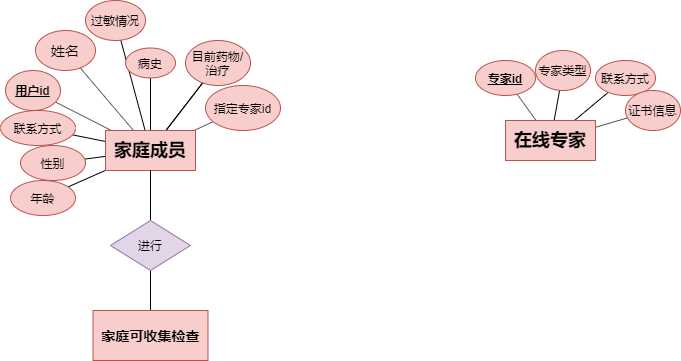
Before: Untitled Diagram.png, a diagram exported from draw.io (little-minjie/z). Source tidied: cells renumbered, new cells last; positions are measured from the earlier drawing's top-left corner, leaving out a move shared by most shapes.
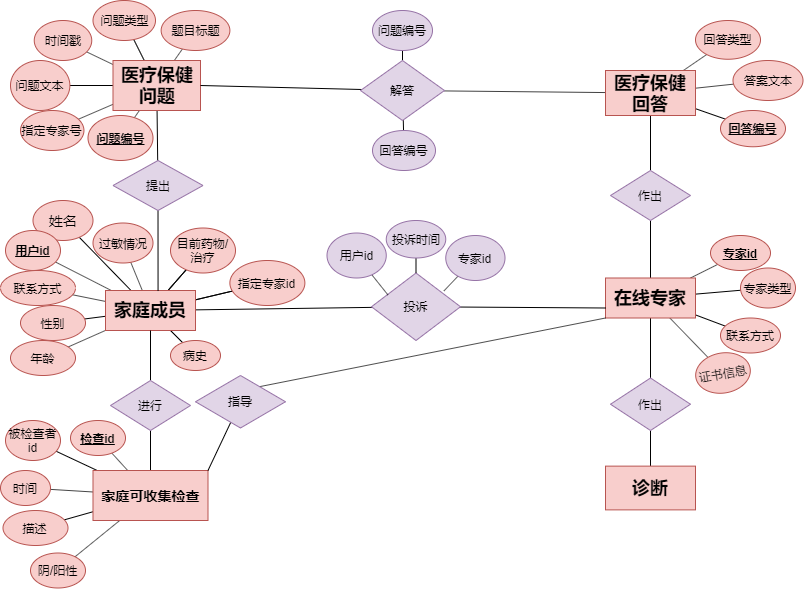
The same diagram one commit later.

The edit, as a diff of the source:
```diff
@@ -32,29 +32,35 @@
     <mxCell id="11" style="edgeStyle=none;jettySize=auto;html=1;endArrow=none;endFill=0;strokeColor=#000000;" parent="1" edge="1" source="12" target="26">
       <mxGeometry relative="1" as="geometry" />
     </mxCell>
+    <mxCell id="35" style="edgeStyle=none;rounded=0;jettySize=auto;html=1;startArrow=none;startFill=0;endArrow=none;endFill=0;strokeColor=#000000;" parent="1" edge="1" source="12" target="18">
+      <mxGeometry relative="1" as="geometry" />
+    </mxCell>
+    <mxCell id="36" style="edgeStyle=none;rounded=0;jettySize=auto;html=1;startArrow=none;startFill=0;endArrow=none;endFill=0;strokeColor=#000000;" parent="1" edge="1" source="12" target="87">
+      <mxGeometry relative="1" as="geometry" />
+    </mxCell>
     <mxCell id="12" value="&lt;h2&gt;家庭成员&lt;/h2&gt;" style="whiteSpace=wrap;html=1;align=center;fillColor=#f8cecc;strokeColor=#b85450;" parent="1" vertex="1">
-      <mxGeometry x="105" y="130" width="90" height="40" as="geometry" />
+      <mxGeometry x="100" y="310" width="90" height="40" as="geometry" />
     </mxCell>
     <mxCell id="13" value="&lt;h3&gt;&lt;span style=&quot;font-weight: normal&quot;&gt;姓名&lt;/span&gt;&lt;/h3&gt;" style="ellipse;whiteSpace=wrap;html=1;strokeColor=#b85450;fillColor=#f8cecc;" parent="1" vertex="1">
-      <mxGeometry x="35" y="30" width="60" height="40" as="geometry" />
+      <mxGeometry x="27.5" y="220" width="60" height="40" as="geometry" />
     </mxCell>
     <mxCell id="14" value="&lt;u&gt;&lt;b&gt;用户id&lt;/b&gt;&lt;/u&gt;" style="ellipse;whiteSpace=wrap;html=1;strokeColor=#b85450;fillColor=#f8cecc;" parent="1" vertex="1">
-      <mxGeometry x="5" y="70" width="55" height="40" as="geometry" />
+      <mxGeometry y="250" width="55" height="40" as="geometry" />
     </mxCell>
     <mxCell id="15" value="过敏情况" style="ellipse;whiteSpace=wrap;html=1;strokeColor=#b85450;fillColor=#f8cecc;" parent="1" vertex="1">
-      <mxGeometry x="85" width="60" height="40" as="geometry" />
+      <mxGeometry x="87.5" y="242.5" width="60" height="40" as="geometry" />
     </mxCell>
     <mxCell id="16" value="&lt;p&gt;&lt;font style=&quot;font-size: 11.4286px&quot;&gt;病史&lt;/font&gt;&lt;/p&gt;" style="ellipse;whiteSpace=wrap;html=1;strokeColor=#b85450;fillColor=#f8cecc;" parent="1" vertex="1">
-      <mxGeometry x="125" y="47.5" width="50" height="30" as="geometry" />
+      <mxGeometry x="165" y="360" width="50" height="30" as="geometry" />
     </mxCell>
     <mxCell id="17" value="目前药物/治疗" style="ellipse;whiteSpace=wrap;html=1;strokeColor=#b85450;fillColor=#f8cecc;" parent="1" vertex="1">
-      <mxGeometry x="185" y="40" width="65" height="45" as="geometry" />
+      <mxGeometry x="165" y="247.5" width="65" height="45" as="geometry" />
     </mxCell>
     <mxCell id="18" value="指定专家id" style="ellipse;whiteSpace=wrap;html=1;strokeColor=#b85450;fillColor=#f8cecc;" parent="1" vertex="1">
-      <mxGeometry x="205" y="85" width="75" height="45" as="geometry" />
+      <mxGeometry x="224.4" y="280" width="75" height="45" as="geometry" />
     </mxCell>
     <mxCell id="19" value="联系方式" style="ellipse;whiteSpace=wrap;html=1;strokeColor=#b85450;fillColor=#f8cecc;" parent="1" vertex="1">
-      <mxGeometry y="110" width="75" height="35" as="geometry" />
+      <mxGeometry x="-5" y="290" width="75" height="35" as="geometry" />
     </mxCell>
     <mxCell id="20" style="rounded=0;jettySize=auto;html=1;endArrow=none;endFill=0;strokeColor=#000000;" parent="1" edge="1" source="24" target="27">
       <mxGeometry relative="1" as="geometry" />
@@ -68,26 +74,32 @@
     <mxCell id="23" style="edgeStyle=none;rounded=0;jettySize=auto;html=1;endArrow=none;endFill=0;strokeColor=#000000;" parent="1" edge="1" source="24" target="30">
       <mxGeometry relative="1" as="geometry" />
     </mxCell>
+    <mxCell id="37" style="edgeStyle=none;rounded=0;jettySize=auto;html=1;startArrow=none;startFill=0;endArrow=none;endFill=0;strokeColor=#000000;" parent="1" edge="1" source="24" target="71">
+      <mxGeometry relative="1" as="geometry" />
+    </mxCell>
+    <mxCell id="38" style="edgeStyle=none;rounded=0;jettySize=auto;html=1;startArrow=none;startFill=0;endArrow=none;endFill=0;strokeColor=#000000;" parent="1" edge="1" source="24" target="95">
+      <mxGeometry relative="1" as="geometry" />
+    </mxCell>
     <mxCell id="24" value="&lt;h2&gt;&lt;b&gt;在线专家&lt;/b&gt;&lt;/h2&gt;" style="whiteSpace=wrap;html=1;align=center;fillColor=#f8cecc;strokeColor=#b85450;" parent="1" vertex="1">
-      <mxGeometry x="505" y="120" width="90" height="40" as="geometry" />
+      <mxGeometry x="600" y="297.5" width="90" height="40" as="geometry" />
     </mxCell>
     <mxCell id="25" value="性别" style="ellipse;whiteSpace=wrap;html=1;strokeColor=#b85450;fillColor=#f8cecc;" parent="1" vertex="1">
-      <mxGeometry x="20" y="145" width="65" height="35" as="geometry" />
+      <mxGeometry x="15" y="325" width="65" height="35" as="geometry" />
     </mxCell>
     <mxCell id="26" value="年龄" style="ellipse;whiteSpace=wrap;html=1;strokeColor=#b85450;fillColor=#f8cecc;" parent="1" vertex="1">
-      <mxGeometry x="10" y="180" width="65" height="35" as="geometry" />
+      <mxGeometry x="5" y="360" width="65" height="35" as="geometry" />
     </mxCell>
     <mxCell id="27" value="&lt;b&gt;&lt;u&gt;专家id&lt;/u&gt;&lt;/b&gt;" style="ellipse;whiteSpace=wrap;html=1;strokeColor=#b85450;fillColor=#f8cecc;" parent="1" vertex="1">
-      <mxGeometry x="475" y="60" width="60" height="35" as="geometry" />
+      <mxGeometry x="705" y="255" width="60" height="35" as="geometry" />
     </mxCell>
     <mxCell id="28" value="专家类型" style="ellipse;whiteSpace=wrap;html=1;strokeColor=#b85450;fillColor=#f8cecc;" parent="1" vertex="1">
-      <mxGeometry x="535" y="50" width="55" height="40" as="geometry" />
+      <mxGeometry x="735" y="287.5" width="55" height="40" as="geometry" />
     </mxCell>
     <mxCell id="29" value="联系方式" style="ellipse;whiteSpace=wrap;html=1;strokeColor=#b85450;fillColor=#f8cecc;" parent="1" vertex="1">
-      <mxGeometry x="595" y="60" width="60" height="35" as="geometry" />
+      <mxGeometry x="715" y="337.5" width="60" height="35" as="geometry" />
     </mxCell>
-    <mxCell id="30" value="证书信息" style="ellipse;whiteSpace=wrap;html=1;strokeColor=#b85450;fillColor=#f8cecc;" parent="1" vertex="1">
-      <mxGeometry x="625" y="90" width="55" height="40" as="geometry" />
+    <mxCell id="30" value="证书信息" style="ellipse;whiteSpace=wrap;html=1;strokeColor=#b85450;fillColor=#f8cecc;rotation=-10;" parent="1" vertex="1">
+      <mxGeometry x="690" y="372.5" width="55" height="40" as="geometry" />
     </mxCell>
     <mxCell id="31" style="edgeStyle=none;rounded=0;jettySize=auto;html=1;startArrow=none;startFill=0;endArrow=none;endFill=0;strokeColor=#000000;" parent="1" edge="1" source="33" target="12">
       <mxGeometry relative="1" as="geometry" />
@@ -96,10 +108,184 @@
       <mxGeometry relative="1" as="geometry" />
     </mxCell>
     <mxCell id="33" value="进行" style="shape=rhombus;perimeter=rhombusPerimeter;whiteSpace=wrap;html=1;align=center;fillColor=#e1d5e7;strokeColor=#9673a6;" parent="1" vertex="1">
-      <mxGeometry x="110" y="220" width="80" height="50" as="geometry" />
+      <mxGeometry x="105" y="400" width="80" height="50" as="geometry" />
     </mxCell>
+    <mxCell id="39" style="edgeStyle=none;rounded=0;jettySize=auto;html=1;startArrow=none;startFill=0;endArrow=none;endFill=0;strokeColor=#000000;" parent="1" edge="1" source="34" target="44">
+      <mxGeometry relative="1" as="geometry" />
+    </mxCell>
+    <mxCell id="40" style="edgeStyle=none;rounded=0;jettySize=auto;html=1;startArrow=none;startFill=0;endArrow=none;endFill=0;strokeColor=#000000;" parent="1" edge="1" source="34" target="45">
+      <mxGeometry relative="1" as="geometry" />
+    </mxCell>
+    <mxCell id="41" style="edgeStyle=none;rounded=0;jettySize=auto;html=1;startArrow=none;startFill=0;endArrow=none;endFill=0;strokeColor=#000000;" parent="1" edge="1" source="34" target="46">
+      <mxGeometry relative="1" as="geometry" />
+    </mxCell>
+    <mxCell id="42" style="edgeStyle=none;rounded=0;jettySize=auto;html=1;startArrow=none;startFill=0;endArrow=none;endFill=0;strokeColor=#000000;" parent="1" edge="1" source="34" target="47">
+      <mxGeometry relative="1" as="geometry" />
+    </mxCell>
+    <mxCell id="43" style="edgeStyle=none;rounded=0;jettySize=auto;html=1;startArrow=none;startFill=0;endArrow=none;endFill=0;strokeColor=#000000;" parent="1" edge="1" source="34" target="48">
+      <mxGeometry relative="1" as="geometry" />
+    </mxCell>
     <mxCell id="34" value="&lt;h3&gt;家庭可收集检查&lt;/h3&gt;" style="whiteSpace=wrap;html=1;strokeColor=#b85450;fillColor=#f8cecc;" parent="1" vertex="1">
-      <mxGeometry x="92.5" y="310" width="115" height="50" as="geometry" />
+      <mxGeometry x="87.5" y="490" width="115" height="50" as="geometry" />
     </mxCell>
+    <mxCell id="44" value="时间" style="ellipse;whiteSpace=wrap;html=1;strokeColor=#b85450;fillColor=#f8cecc;" parent="1" vertex="1">
+      <mxGeometry x="-5" y="490" width="50" height="35" as="geometry" />
+    </mxCell>
+    <mxCell id="45" value="描述" style="ellipse;whiteSpace=wrap;html=1;strokeColor=#b85450;fillColor=#f8cecc;" parent="1" vertex="1">
+      <mxGeometry x="-2.5" y="530" width="65" height="35" as="geometry" />
+    </mxCell>
+    <mxCell id="46" value="阴/阳性" style="ellipse;whiteSpace=wrap;html=1;strokeColor=#b85450;fillColor=#f8cecc;" parent="1" vertex="1">
+      <mxGeometry x="25" y="572.5" width="55" height="35" as="geometry" />
+    </mxCell>
+    <mxCell id="47" value="&lt;b&gt;&lt;u&gt;检查id&lt;/u&gt;&lt;/b&gt;" style="ellipse;whiteSpace=wrap;html=1;strokeColor=#b85450;fillColor=#f8cecc;" parent="1" vertex="1">
+      <mxGeometry x="65" y="440" width="55" height="35" as="geometry" />
+    </mxCell>
+    <mxCell id="48" value="被检查者id" style="ellipse;whiteSpace=wrap;html=1;strokeColor=#b85450;fillColor=#f8cecc;" parent="1" vertex="1">
+      <mxGeometry y="440" width="55" height="40" as="geometry" />
+    </mxCell>
+    <mxCell id="49" style="endArrow=none;html=1;strokeColor=#000000;entryX=0;entryY=1;entryDx=0;entryDy=0;exitX=0.711;exitY=0.213;exitDx=0;exitDy=0;exitPerimeter=0;" parent="1" edge="1" source="51" target="24">
+      <mxGeometry relative="1" as="geometry" />
+    </mxCell>
+    <mxCell id="50" style="edgeStyle=none;rounded=0;jettySize=auto;html=1;entryX=1;entryY=0;entryDx=0;entryDy=0;startArrow=none;startFill=0;endArrow=none;endFill=0;strokeColor=#000000;" parent="1" edge="1" source="51" target="34">
+      <mxGeometry relative="1" as="geometry" />
+    </mxCell>
+    <mxCell id="51" value="指导" style="shape=rhombus;perimeter=rhombusPerimeter;whiteSpace=wrap;html=1;align=center;fillColor=#e1d5e7;strokeColor=#9673a6;" parent="1" vertex="1">
+      <mxGeometry x="190" y="395" width="90" height="52.5" as="geometry" />
+    </mxCell>
+    <mxCell id="52" style="edgeStyle=none;rounded=0;jettySize=auto;html=1;startArrow=none;startFill=0;endArrow=none;endFill=0;strokeColor=#000000;entryX=0.584;entryY=0.013;entryDx=0;entryDy=0;entryPerimeter=0;" parent="1" edge="1" source="54" target="12">
+      <mxGeometry relative="1" as="geometry" />
+    </mxCell>
+    <mxCell id="53" style="edgeStyle=none;rounded=0;jettySize=auto;html=1;startArrow=none;startFill=0;endArrow=none;endFill=0;strokeColor=#000000;" parent="1" edge="1" source="54" target="63">
+      <mxGeometry relative="1" as="geometry" />
+    </mxCell>
+    <mxCell id="54" value="提出" style="shape=rhombus;perimeter=rhombusPerimeter;whiteSpace=wrap;html=1;align=center;fillColor=#e1d5e7;strokeColor=#9673a6;" parent="1" vertex="1">
+      <mxGeometry x="107.5" y="180" width="90" height="50" as="geometry" />
+    </mxCell>
+    <mxCell id="55" style="edgeStyle=none;rounded=0;orthogonalLoop=1;jettySize=auto;html=1;exitX=1;exitY=0;exitDx=0;exitDy=0;startArrow=none;startFill=0;endArrow=none;endFill=0;strokeColor=#000000;" parent="1" edge="1" source="13" target="13">
+      <mxGeometry relative="1" as="geometry" />
+    </mxCell>
+    <mxCell id="56" style="edgeStyle=none;rounded=0;jettySize=auto;html=1;startArrow=none;startFill=0;endArrow=none;endFill=0;strokeColor=#000000;" parent="1" edge="1" source="63" target="64">
+      <mxGeometry relative="1" as="geometry" />
+    </mxCell>
+    <mxCell id="57" style="edgeStyle=none;rounded=0;jettySize=auto;html=1;startArrow=none;startFill=0;endArrow=none;endFill=0;strokeColor=#000000;" parent="1" edge="1" source="63" target="65">
+      <mxGeometry relative="1" as="geometry" />
+    </mxCell>
+    <mxCell id="58" style="edgeStyle=none;rounded=0;jettySize=auto;html=1;startArrow=none;startFill=0;endArrow=none;endFill=0;strokeColor=#000000;" parent="1" edge="1" source="63" target="65">
+      <mxGeometry relative="1" as="geometry" />
+    </mxCell>
+    <mxCell id="59" style="edgeStyle=none;rounded=0;jettySize=auto;html=1;startArrow=none;startFill=0;endArrow=none;endFill=0;strokeColor=#000000;" parent="1" edge="1" source="63" target="66">
+      <mxGeometry relative="1" as="geometry" />
+    </mxCell>
+    <mxCell id="60" style="edgeStyle=none;rounded=0;jettySize=auto;html=1;startArrow=none;startFill=0;endArrow=none;endFill=0;strokeColor=#000000;" parent="1" edge="1" source="63" target="67">
+      <mxGeometry relative="1" as="geometry" />
+    </mxCell>
+    <mxCell id="61" style="edgeStyle=none;rounded=0;jettySize=auto;html=1;startArrow=none;startFill=0;endArrow=none;endFill=0;strokeColor=#000000;" parent="1" edge="1" source="63" target="68">
+      <mxGeometry relative="1" as="geometry" />
+    </mxCell>
+    <mxCell id="62" style="edgeStyle=none;rounded=0;jettySize=auto;html=1;startArrow=none;startFill=0;endArrow=none;endFill=0;strokeColor=#000000;" parent="1" edge="1" source="63" target="69">
+      <mxGeometry relative="1" as="geometry" />
+    </mxCell>
+    <mxCell id="63" value="&lt;h2&gt;医疗保健问题&lt;/h2&gt;" style="whiteSpace=wrap;html=1;strokeColor=#b85450;fillColor=#f8cecc;" parent="1" vertex="1">
+      <mxGeometry x="107.5" y="80" width="87.5" height="50" as="geometry" />
+    </mxCell>
+    <mxCell id="64" value="时间戳" style="ellipse;whiteSpace=wrap;html=1;strokeColor=#b85450;fillColor=#f8cecc;" parent="1" vertex="1">
+      <mxGeometry x="28.8" y="40" width="57.5" height="40" as="geometry" />
+    </mxCell>
+    <mxCell id="65" value="问题类型" style="ellipse;whiteSpace=wrap;html=1;strokeColor=#b85450;fillColor=#f8cecc;" parent="1" vertex="1">
+      <mxGeometry x="87.5" y="20" width="62.5" height="40" as="geometry" />
+    </mxCell>
+    <mxCell id="66" value="题目标题" style="ellipse;whiteSpace=wrap;html=1;strokeColor=#b85450;fillColor=#f8cecc;" parent="1" vertex="1">
+      <mxGeometry x="155.6" y="30" width="68.8" height="40" as="geometry" />
+    </mxCell>
+    <mxCell id="67" value="问题文本" style="ellipse;whiteSpace=wrap;html=1;strokeColor=#b85450;fillColor=#f8cecc;" parent="1" vertex="1">
+      <mxGeometry x="5" y="80" width="59.4" height="50" as="geometry" />
+    </mxCell>
+    <mxCell id="68" value="指定专家号" style="ellipse;whiteSpace=wrap;html=1;strokeColor=#b85450;fillColor=#f8cecc;" parent="1" vertex="1">
+      <mxGeometry x="15" y="130" width="63.4" height="40" as="geometry" />
+    </mxCell>
+    <mxCell id="69" value="&lt;u&gt;&lt;b&gt;问题编号&lt;/b&gt;&lt;/u&gt;" style="ellipse;whiteSpace=wrap;html=1;strokeColor=#b85450;fillColor=#f8cecc;" parent="1" vertex="1">
+      <mxGeometry x="82.5" y="135" width="65" height="45" as="geometry" />
+    </mxCell>
+    <mxCell id="70" style="edgeStyle=none;rounded=0;jettySize=auto;html=1;startArrow=none;startFill=0;endArrow=none;endFill=0;strokeColor=#000000;" parent="1" edge="1" source="71" target="76">
+      <mxGeometry relative="1" as="geometry" />
+    </mxCell>
+    <mxCell id="71" value="作出" style="rhombus;whiteSpace=wrap;html=1;strokeColor=#9673a6;fillColor=#e1d5e7;" parent="1" vertex="1">
+      <mxGeometry x="605" y="190" width="80" height="50" as="geometry" />
+    </mxCell>
+    <mxCell id="72" style="edgeStyle=none;rounded=0;jettySize=auto;html=1;startArrow=none;startFill=0;endArrow=none;endFill=0;strokeColor=#000000;" parent="1" edge="1" source="76" target="80">
+      <mxGeometry relative="1" as="geometry" />
+    </mxCell>
+    <mxCell id="73" style="edgeStyle=none;rounded=0;jettySize=auto;html=1;startArrow=none;startFill=0;endArrow=none;endFill=0;strokeColor=#000000;" parent="1" edge="1" source="76" target="81">
+      <mxGeometry relative="1" as="geometry" />
+    </mxCell>
+    <mxCell id="74" style="edgeStyle=none;rounded=0;jettySize=auto;html=1;startArrow=none;startFill=0;endArrow=none;endFill=0;strokeColor=#000000;" parent="1" edge="1" source="76" target="82">
+      <mxGeometry relative="1" as="geometry" />
+    </mxCell>
+    <mxCell id="75" style="edgeStyle=none;rounded=0;jettySize=auto;html=1;startArrow=none;startFill=0;endArrow=none;endFill=0;strokeColor=#000000;" parent="1" edge="1" source="76" target="83">
+      <mxGeometry relative="1" as="geometry" />
+    </mxCell>
+    <mxCell id="76" value="&lt;h2&gt;医疗保健回答&lt;/h2&gt;" style="whiteSpace=wrap;html=1;strokeColor=#b85450;fillColor=#f8cecc;" parent="1" vertex="1">
+      <mxGeometry x="600" y="90" width="90" height="45" as="geometry" />
+    </mxCell>
+    <mxCell id="77" style="edgeStyle=none;rounded=0;jettySize=auto;html=1;entryX=1;entryY=0.5;entryDx=0;entryDy=0;startArrow=none;startFill=0;endArrow=none;endFill=0;strokeColor=#000000;" parent="1" edge="1" source="80" target="63">
+      <mxGeometry relative="1" as="geometry" />
+    </mxCell>
+    <mxCell id="78" style="edgeStyle=none;rounded=0;jettySize=auto;html=1;startArrow=none;startFill=0;endArrow=none;endFill=0;strokeColor=#000000;" parent="1" edge="1" source="80" target="84">
+      <mxGeometry relative="1" as="geometry" />
+    </mxCell>
+    <mxCell id="79" style="edgeStyle=none;rounded=0;jettySize=auto;html=1;startArrow=none;startFill=0;endArrow=none;endFill=0;strokeColor=#000000;" parent="1" edge="1" source="80" target="85">
+      <mxGeometry relative="1" as="geometry" />
+    </mxCell>
+    <mxCell id="80" value="解答" style="rhombus;whiteSpace=wrap;html=1;strokeColor=#9673a6;fillColor=#e1d5e7;" parent="1" vertex="1">
+      <mxGeometry x="355" y="80" width="84" height="60" as="geometry" />
+    </mxCell>
+    <mxCell id="81" value="&lt;b&gt;&lt;u&gt;回答编号&lt;/u&gt;&lt;/b&gt;" style="ellipse;whiteSpace=wrap;html=1;strokeColor=#b85450;fillColor=#f8cecc;" parent="1" vertex="1">
+      <mxGeometry x="715" y="130" width="65" height="36.2" as="geometry" />
+    </mxCell>
+    <mxCell id="82" value="回答类型" style="ellipse;whiteSpace=wrap;html=1;strokeColor=#b85450;fillColor=#f8cecc;" parent="1" vertex="1">
+      <mxGeometry x="690" y="40" width="65" height="38.8" as="geometry" />
+    </mxCell>
+    <mxCell id="83" value="答案文本" style="ellipse;whiteSpace=wrap;html=1;strokeColor=#b85450;fillColor=#f8cecc;" parent="1" vertex="1">
+      <mxGeometry x="727.5" y="80" width="70" height="40" as="geometry" />
+    </mxCell>
+    <mxCell id="84" value="问题编号" style="ellipse;whiteSpace=wrap;html=1;strokeColor=#9673a6;fillColor=#e1d5e7;" parent="1" vertex="1">
+      <mxGeometry x="367" y="30" width="60" height="40" as="geometry" />
+    </mxCell>
+    <mxCell id="85" value="回答编号" style="ellipse;whiteSpace=wrap;html=1;strokeColor=#9673a6;fillColor=#e1d5e7;" parent="1" vertex="1">
+      <mxGeometry x="367" y="150" width="63" height="40" as="geometry" />
+    </mxCell>
+    <mxCell id="86" style="edgeStyle=none;rounded=0;jettySize=auto;html=1;entryX=0;entryY=0.75;entryDx=0;entryDy=0;startArrow=none;startFill=0;endArrow=none;endFill=0;strokeColor=#000000;" parent="1" edge="1" source="87" target="24">
+      <mxGeometry relative="1" as="geometry" />
+    </mxCell>
+    <mxCell id="87" value="投诉" style="rhombus;whiteSpace=wrap;html=1;strokeColor=#9673a6;fillColor=#e1d5e7;" parent="1" vertex="1">
+      <mxGeometry x="366" y="292.5" width="89" height="67.5" as="geometry" />
+    </mxCell>
+    <mxCell id="88" style="edgeStyle=none;rounded=0;jettySize=auto;html=1;startArrow=none;startFill=0;endArrow=none;endFill=0;strokeColor=#000000;" parent="1" edge="1" source="89" target="87">
+      <mxGeometry relative="1" as="geometry" />
+    </mxCell>
+    <mxCell id="89" value="投诉时间" style="ellipse;whiteSpace=wrap;html=1;fillColor=#e1d5e7;strokeColor=#9673a6;" parent="1" vertex="1">
+      <mxGeometry x="380.8" y="240" width="59.5" height="37.5" as="geometry" />
+    </mxCell>
+    <mxCell id="90" style="edgeStyle=none;rounded=0;jettySize=auto;html=1;entryX=0.185;entryY=0.325;entryDx=0;entryDy=0;entryPerimeter=0;startArrow=none;startFill=0;endArrow=none;endFill=0;strokeColor=#000000;" parent="1" edge="1" source="91" target="87">
+      <mxGeometry relative="1" as="geometry" />
+    </mxCell>
+    <mxCell id="91" value="用户id" style="ellipse;whiteSpace=wrap;html=1;fillColor=#e1d5e7;strokeColor=#9673a6;" parent="1" vertex="1">
+      <mxGeometry x="321.5" y="252.5" width="59.2" height="45" as="geometry" />
+    </mxCell>
+    <mxCell id="92" style="edgeStyle=none;rounded=0;jettySize=auto;html=1;entryX=0.813;entryY=0.267;entryDx=0;entryDy=0;entryPerimeter=0;startArrow=none;startFill=0;endArrow=none;endFill=0;strokeColor=#000000;" parent="1" edge="1" source="93" target="87">
+      <mxGeometry relative="1" as="geometry" />
+    </mxCell>
+    <mxCell id="93" value="专家id" style="ellipse;whiteSpace=wrap;html=1;fillColor=#e1d5e7;strokeColor=#9673a6;" parent="1" vertex="1">
+      <mxGeometry x="440.2" y="255" width="59.2" height="45" as="geometry" />
+    </mxCell>
+    <mxCell id="94" style="edgeStyle=none;rounded=0;jettySize=auto;html=1;startArrow=none;startFill=0;endArrow=none;endFill=0;strokeColor=#000000;" parent="1" edge="1" source="95" target="96">
+      <mxGeometry relative="1" as="geometry" />
+    </mxCell>
+    <mxCell id="95" value="作出" style="rhombus;whiteSpace=wrap;html=1;strokeColor=#9673a6;fillColor=#e1d5e7;" parent="1" vertex="1">
+      <mxGeometry x="605" y="397.5" width="80" height="52.5" as="geometry" />
+    </mxCell>
+    <mxCell id="96" value="&lt;h2&gt;诊断&lt;/h2&gt;" style="whiteSpace=wrap;html=1;strokeColor=#b85450;fillColor=#f8cecc;" parent="1" vertex="1">
+      <mxGeometry x="600" y="485.6" width="90" height="43.8" as="geometry" />
+    </mxCell>
   </root>
 </mxGraphModel>
```
